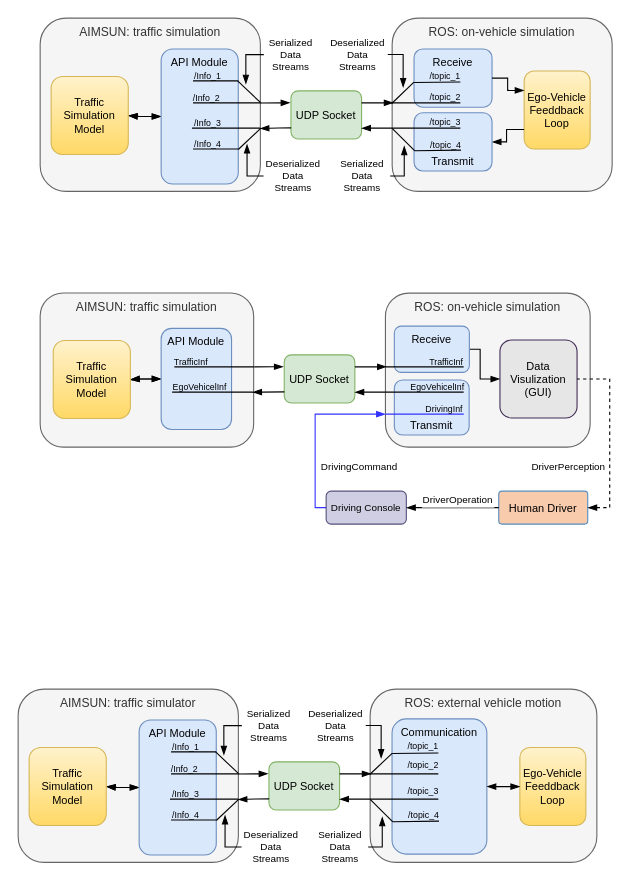
Earlier version of the draw.io diagram page "Page-1" (1 of 2) of ROS_AIMSUN_Bridge.drawio (LimingGao/draw_io). Source tidied: cells renumbered, new cells numbered last; positions are measured from the earlier drawing's top-left corner, leaving out a move shared by most shapes. Both pictures are drawn from the tidied source at 110%, with x=0, y=0 at pixel (18, 18).
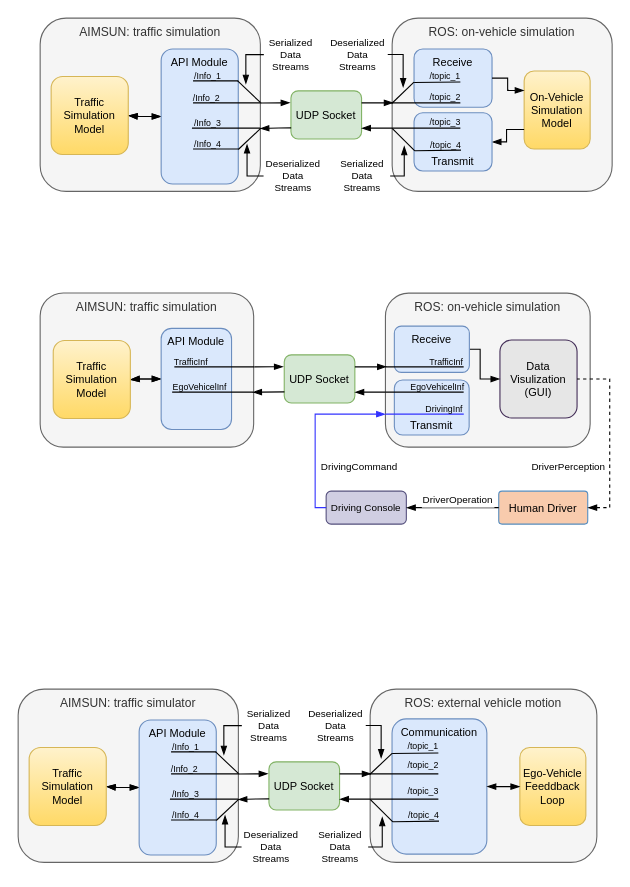
After the change.

Diff of the diagram source:
```diff
@@
-    <mxCell id="77" value="Ego-Vehicle&#10;Feeddback&#10;Loop" style="rounded=1;align=center;verticalAlign=middle;fontSize=10;fontStyle=0;fillColor=#fff2cc;strokeColor=#d6b656;gradientColor=#ffd966;" parent="1" vertex="1">
+    <mxCell id="77" value="On-Vehicle &#10;Simulation&#10;Model" style="rounded=1;align=center;verticalAlign=middle;fontSize=10;fontStyle=0;fillColor=#fff2cc;strokeColor=#d6b656;gradientColor=#ffd966;" parent="1" vertex="1">
       <mxGeometry x="460" y="48" width="60" height="70.9" as="geometry" />
     </mxCell>
```
